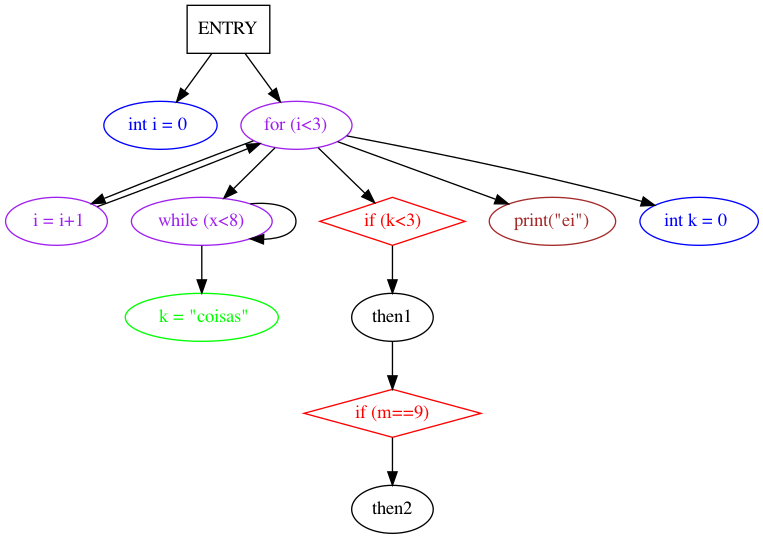
Above: TP3/doctest-output/sdg.gv.png in saracqueiros/EG22 (Graphviz), before the change. Its source is kept beside it as TP3/doctest-output/sdg.gv.
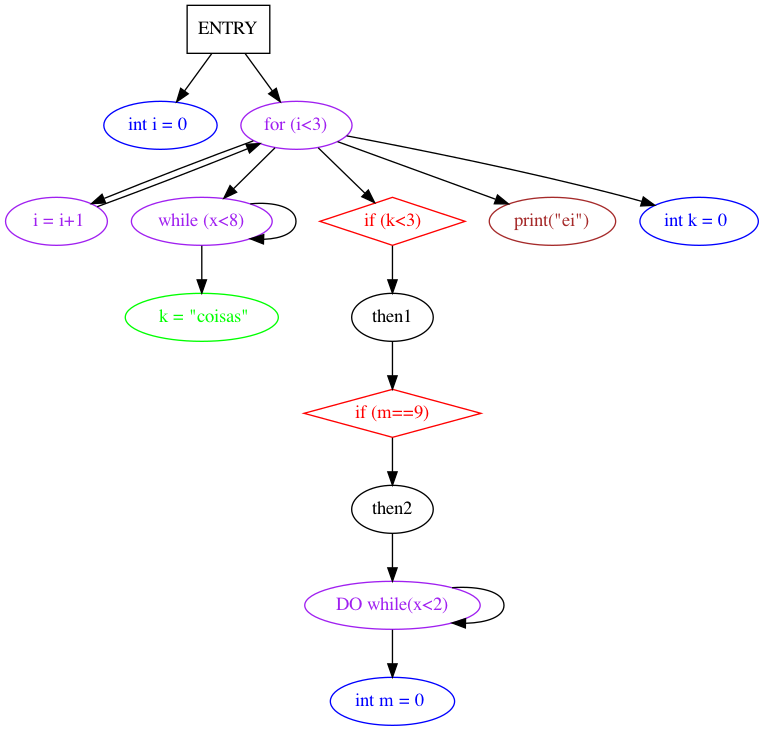
The same file after the commit.

What changed in the source:
```diff
@@ -20,6 +20,11 @@
 	"if (m==9)" [color=red fontcolor=red shape=diamond]
 	then1 -> "if (m==9)"
 	"if (m==9)" -> then2
+	"DO while(x<2)" [color=purple fontcolor=purple]
+	"DO while(x<2)" -> "DO while(x<2)"
+	then2 -> "DO while(x<2)"
+	"int m = 0 " [color=blue fontcolor=blue]
+	"DO while(x<2)" -> "int m = 0 "
 	"print(\"ei\")" [color=brown fontcolor=brown]
 	"for (i<3)" -> "print(\"ei\")"
 	"int k = 0 " [color=blue fontcolor=blue]
```
